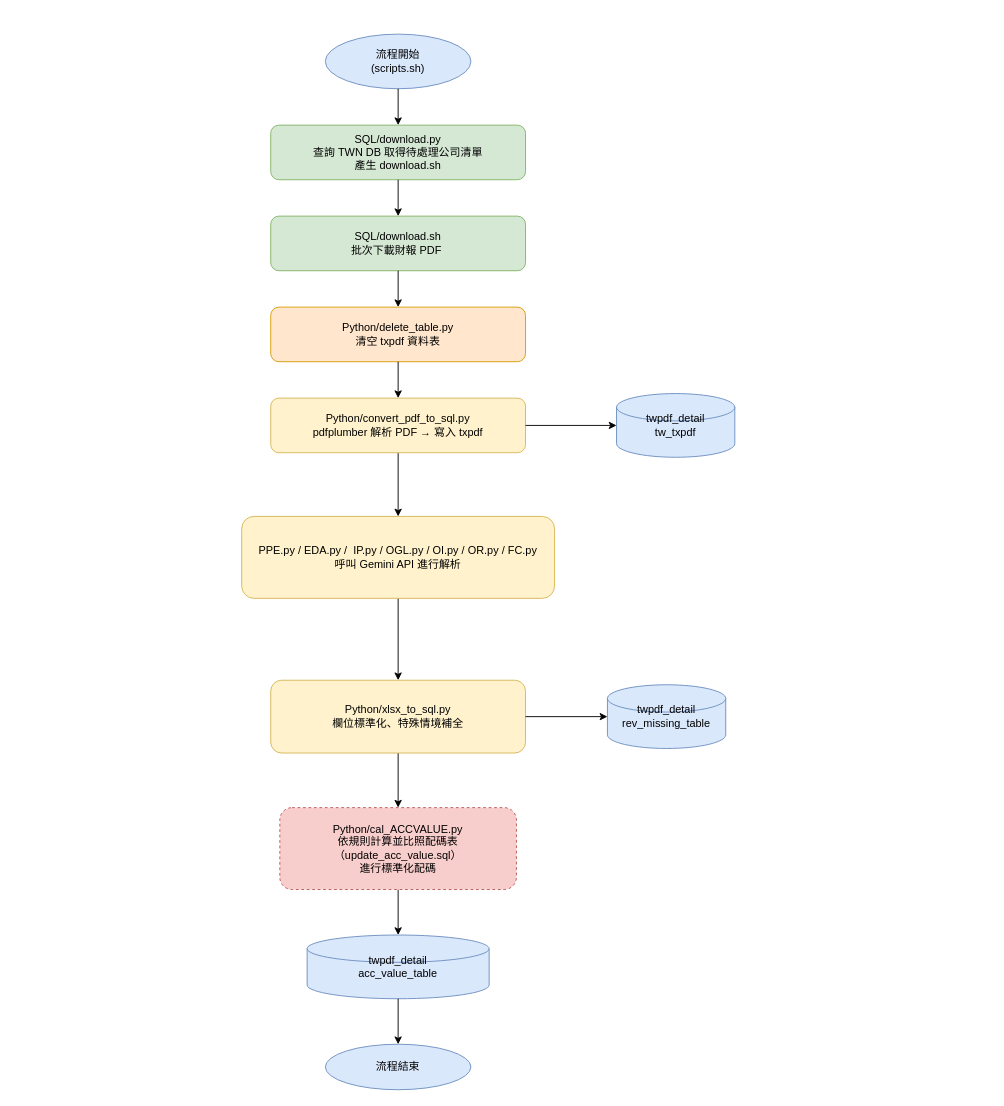
This is TW附註.drawio from Llamawne05/item, a draw.io file, before an edit. Source tidied: cells renumbered, new cells numbered last; positions are measured from the earlier drawing's top-left corner, leaving out a move shared by most shapes. Both pictures are drawn from the tidied source at 91%, with x=0, y=0 at pixel (241, 34).
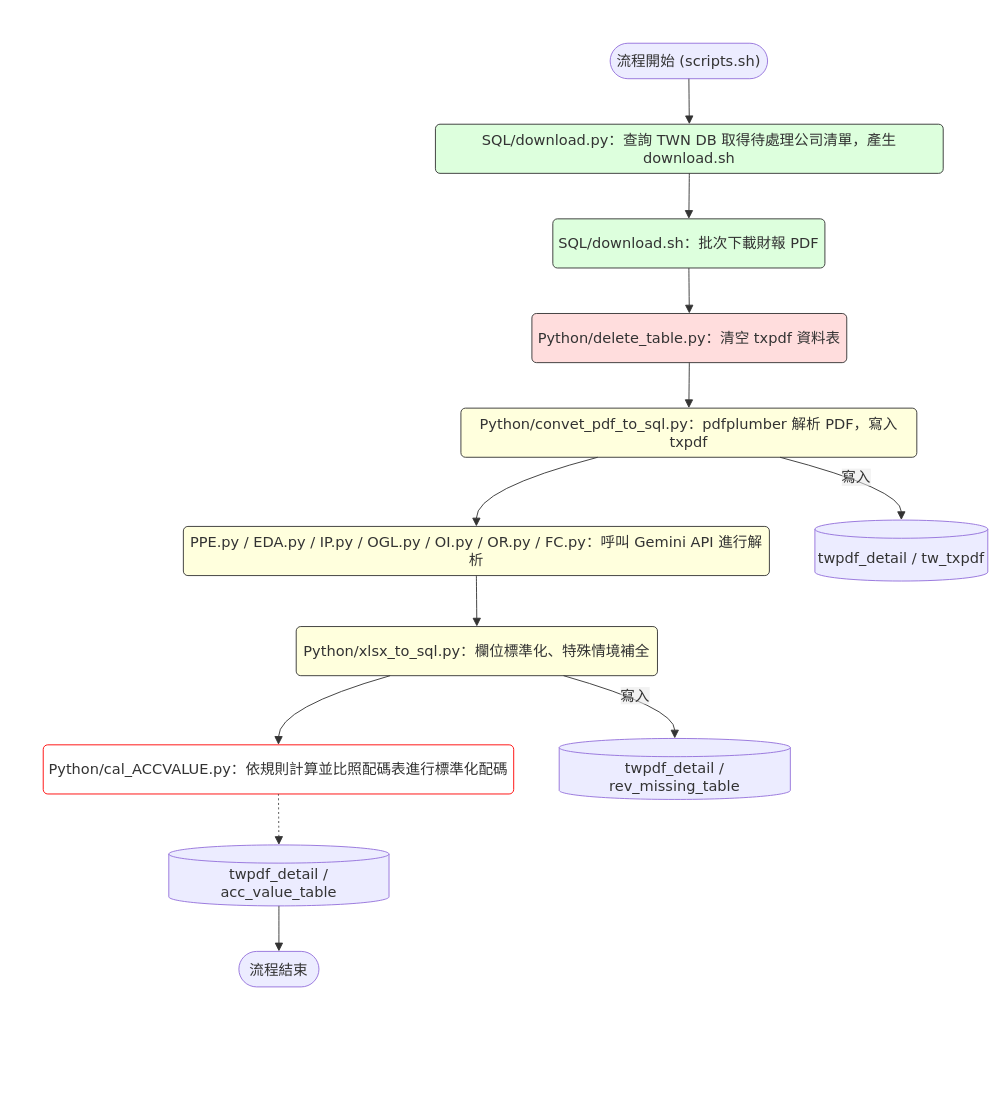
Above is the later version.

Commit message:
已添加 TW附註.drawio

The edit, as a diff of the source:
```diff
@@
+    <mxCell id="25" style="group;transparentBounds=1;editIcon=1;lockedGroup=0;groupPadding=10;" parent="1" vertex="1">
+      <mxGeometry x="-248" y="-20" as="geometry" />
+    </mxCell>
-    <mxCell id="2" value="流程開始&lt;br&gt;(scripts.sh)" style="ellipse;whiteSpace=wrap;html=1;fillColor=#dae8fc;strokeColor=#6c8ebf;" parent="1" vertex="1">
-      <mxGeometry x="92" width="160" height="60" as="geometry" />
+    <mxCell id="2" value="流程開始 (scripts.sh)" style="html=1;rounded=1;whiteSpace=wrap;arcSize=50;strokeWidth=1;fillColor=light-dark(#ECECFF,#1f2020);strokeColor=light-dark(#9370DB,#cccccc);fontColor=light-dark(#333333,#cccccc);fontFamily=Trebuchet MS,Verdana,Arial,sans-serif;fontSize=16;" parent="25" vertex="1">
+      <mxGeometry x="653" y="30" width="173" height="39" as="geometry" />
     </mxCell>
-    <mxCell id="3" value="SQL/download.py&lt;br&gt;查詢 TWN DB 取得待處理公司清單&lt;br&gt;產生 download.sh" style="rounded=1;whiteSpace=wrap;html=1;fillColor=#d5e8d4;strokeColor=#82b366;html=1;" parent="1" vertex="1">
-      <mxGeometry x="32" y="100" width="280" height="60" as="geometry" />
-    </mxCell>
-    <mxCell id="4" value="SQL/download.sh&lt;br&gt;批次下載財報 PDF&amp;nbsp;" style="rounded=1;whiteSpace=wrap;html=1;fillColor=#d5e8d4;strokeColor=#82b366;html=1;" parent="1" vertex="1">
-      <mxGeometry x="32" y="200" width="280" height="60" as="geometry" />
-    </mxCell>
-    <mxCell id="5" value="Python/delete_table.py&lt;br&gt;清空 txpdf 資料表" style="rounded=1;whiteSpace=wrap;html=1;fillColor=#ffe6cc;strokeColor=#d79b00;html=1;" parent="1" vertex="1">
-      <mxGeometry x="32" y="300" width="280" height="60" as="geometry" />
-    </mxCell>
-    <mxCell id="6" style="edgeStyle=orthogonalEdgeStyle;rounded=0;jettySize=auto;html=1;exitX=0.5;exitY=1;exitDx=0;exitDy=0;entryX=0.5;entryY=0;entryDx=0;entryDy=0;" parent="1" edge="1" source="7" target="9">
-      <mxGeometry relative="1" as="geometry" />
-    </mxCell>
-    <mxCell id="7" value="Python/convert_pdf_to_sql.py&lt;br&gt;pdfplumber 解析 PDF&amp;nbsp;→ 寫入 txpdf" style="rounded=1;whiteSpace=wrap;html=1;fillColor=#fff2cc;strokeColor=#d6b656;html=1;" parent="1" vertex="1">
-      <mxGeometry x="32" y="400" width="280" height="60" as="geometry" />
-    </mxCell>
-    <mxCell id="8" style="edgeStyle=orthogonalEdgeStyle;rounded=0;jettySize=auto;html=1;exitX=0.5;exitY=1;exitDx=0;exitDy=0;entryX=0.5;entryY=0;entryDx=0;entryDy=0;" parent="1" edge="1" source="9" target="11">
-      <mxGeometry relative="1" as="geometry" />
-    </mxCell>
-    <mxCell id="9" value="&lt;div&gt;&lt;br&gt;&lt;/div&gt;PPE.py / EDA.py /&amp;nbsp; IP.py / OGL.py / OI.py / OR.py / FC.py&lt;br&gt;呼叫 Gemini API 進行解析&lt;br&gt;&lt;div&gt;&lt;br&gt;&lt;/div&gt;" style="rounded=1;whiteSpace=wrap;html=1;fillColor=#fff2cc;strokeColor=#d6b656;html=1;" parent="1" vertex="1">
-      <mxGeometry x="0.1" y="530" width="343.8" height="90" as="geometry" />
-    </mxCell>
-    <mxCell id="10" style="edgeStyle=orthogonalEdgeStyle;rounded=0;jettySize=auto;html=1;exitX=0.5;exitY=1;exitDx=0;exitDy=0;entryX=0.5;entryY=0;entryDx=0;entryDy=0;" parent="1" edge="1" source="11" target="13">
-      <mxGeometry relative="1" as="geometry" />
-    </mxCell>
-    <mxCell id="11" value="Python/xlsx_to_sql.py&lt;br&gt;欄位標準化、特殊情境補全" style="rounded=1;whiteSpace=wrap;html=1;fillColor=#fff2cc;strokeColor=#d6b656;html=1;" parent="1" vertex="1">
-      <mxGeometry x="32" y="710" width="280" height="80" as="geometry" />
-    </mxCell>
-    <mxCell id="12" style="edgeStyle=orthogonalEdgeStyle;rounded=0;jettySize=auto;html=1;exitX=0.5;exitY=1;exitDx=0;exitDy=0;" parent="1" edge="1" source="13" target="14">
-      <mxGeometry relative="1" as="geometry" />
-    </mxCell>
-    <mxCell id="13" value="Python/cal_ACCVALUE.py&lt;br&gt;依規則計算並比照配碼表（update_acc_value.sql）&lt;br&gt;進行標準化配碼" style="rounded=1;dashed=1;whiteSpace=wrap;html=1;fillColor=#f8cecc;strokeColor=#b85450;html=1;" parent="1" vertex="1">
-      <mxGeometry x="42" y="850" width="260" height="90" as="geometry" />
-    </mxCell>
-    <mxCell id="14" value="twpdf_detail&lt;br&gt;acc_value_table" style="shape=cylinder3;whiteSpace=wrap;html=1;fillColor=#dae8fc;strokeColor=#6c8ebf;html=1;" parent="1" vertex="1">
-      <mxGeometry x="72" y="990" width="200" height="70" as="geometry" />
-    </mxCell>
+    <mxCell id="26" value="SQL/download.py：查詢 TWN DB 取得待處理公司清單，產生 download.sh" style="rounded=1;absoluteArcSize=1;arcSize=10;html=1;whiteSpace=wrap;strokeWidth=1;fillColor=#dfd;strokeColor=#333;fontColor=light-dark(#333333,#cccccc);fontFamily=Trebuchet MS,Verdana,Arial,sans-serif;fontSize=16;" parent="25" vertex="1">
+      <mxGeometry x="461" y="119" width="558" height="54" as="geometry" />
+    </mxCell>
+    <mxCell id="27" value="SQL/download.sh：批次下載財報 PDF" style="rounded=1;absoluteArcSize=1;arcSize=10;html=1;whiteSpace=wrap;strokeWidth=1;fillColor=#dfd;strokeColor=#333;fontColor=light-dark(#333333,#cccccc);fontFamily=Trebuchet MS,Verdana,Arial,sans-serif;fontSize=16;" parent="25" vertex="1">
+      <mxGeometry x="590" y="223" width="299" height="54" as="geometry" />
+    </mxCell>
+    <mxCell id="28" value="Python/delete_table.py：清空 txpdf 資料表" style="rounded=1;absoluteArcSize=1;arcSize=10;html=1;whiteSpace=wrap;strokeWidth=1;fillColor=#fdd;strokeColor=#333;fontColor=light-dark(#333333,#cccccc);fontFamily=Trebuchet MS,Verdana,Arial,sans-serif;fontSize=16;" parent="25" vertex="1">
+      <mxGeometry x="567" y="327" width="346" height="54" as="geometry" />
+    </mxCell>
+    <mxCell id="29" value="Python/convet_pdf_to_sql.py：pdfplumber 解析 PDF，寫入 txpdf" style="rounded=1;absoluteArcSize=1;arcSize=10;html=1;whiteSpace=wrap;strokeWidth=1;fillColor=#ffd;strokeColor=#333;fontColor=light-dark(#333333,#cccccc);fontFamily=Trebuchet MS,Verdana,Arial,sans-serif;fontSize=16;" parent="25" vertex="1">
+      <mxGeometry x="489" y="431" width="501" height="54" as="geometry" />
+    </mxCell>
+    <mxCell id="30" value="PPE.py / EDA.py / IP.py / OGL.py / OI.py / OR.py / FC.py：呼叫 Gemini API 進行解析" style="rounded=1;absoluteArcSize=1;arcSize=10;html=1;whiteSpace=wrap;strokeWidth=1;fillColor=#ffd;strokeColor=#333;fontColor=light-dark(#333333,#cccccc);fontFamily=Trebuchet MS,Verdana,Arial,sans-serif;fontSize=16;" parent="25" vertex="1">
+      <mxGeometry x="184" y="561" width="644" height="54" as="geometry" />
+    </mxCell>
+    <mxCell id="31" value="Python/xlsx_to_sql.py：欄位標準化、特殊情境補全" style="rounded=1;absoluteArcSize=1;arcSize=10;html=1;whiteSpace=wrap;strokeWidth=1;fillColor=#ffd;strokeColor=#333;fontColor=light-dark(#333333,#cccccc);fontFamily=Trebuchet MS,Verdana,Arial,sans-serif;fontSize=16;" parent="25" vertex="1">
+      <mxGeometry x="308" y="671" width="397" height="54" as="geometry" />
+    </mxCell>
+    <mxCell id="32" value="Python/cal_ACCVALUE.py：依規則計算並比照配碼表進行標準化配碼" style="rounded=1;absoluteArcSize=1;arcSize=10;html=1;whiteSpace=wrap;strokeWidth=1;fillColor=default;strokeColor=#f00;fontColor=light-dark(#333333,#cccccc);fontFamily=Trebuchet MS,Verdana,Arial,sans-serif;fontSize=16;dashed=1;dashPattern=5 5text-align:center;fixDash=1;" parent="25" vertex="1">
+      <mxGeometry x="30" y="801" width="517" height="54" as="geometry" />
+    </mxCell>
+    <mxCell id="33" value="twpdf_detail / acc_value_table" style="html=1;shape=cylinder3;boundedLbl=1;backgroundOutline=1;size=10;strokeWidth=1;whiteSpace=wrap;fillColor=light-dark(#ECECFF,#1f2020);strokeColor=light-dark(#9370DB,#cccccc);fontColor=light-dark(#333333,#cccccc);fontFamily=Trebuchet MS,Verdana,Arial,sans-serif;fontSize=16;" parent="25" vertex="1">
+      <mxGeometry x="168" y="911" width="242" height="67" as="geometry" />
+    </mxCell>
-    <mxCell id="15" value="流程結束" style="ellipse;whiteSpace=wrap;html=1;fillColor=#dae8fc;strokeColor=#6c8ebf;html=1;" parent="1" vertex="1">
-      <mxGeometry x="92" y="1110" width="160" height="50" as="geometry" />
+    <mxCell id="15" value="流程結束" style="html=1;rounded=1;whiteSpace=wrap;arcSize=50;strokeWidth=1;fillColor=light-dark(#ECECFF,#1f2020);strokeColor=light-dark(#9370DB,#cccccc);fontColor=light-dark(#333333,#cccccc);fontFamily=Trebuchet MS,Verdana,Arial,sans-serif;fontSize=16;" parent="25" vertex="1">
+      <mxGeometry x="245" y="1028" width="88" height="39" as="geometry" />
     </mxCell>
-    <mxCell id="16" style="edgeStyle=orthogonalEdgeStyle;rounded=1;html=1;" parent="1" edge="1" source="2" target="3">
-      <mxGeometry relative="1" as="geometry" />
-    </mxCell>
-    <mxCell id="17" style="edgeStyle=orthogonalEdgeStyle;rounded=1;html=1;" parent="1" edge="1" source="3" target="4">
-      <mxGeometry relative="1" as="geometry" />
-    </mxCell>
-    <mxCell id="18" style="edgeStyle=orthogonalEdgeStyle;rounded=1;html=1;" parent="1" edge="1" source="4" target="5">
-      <mxGeometry relative="1" as="geometry" />
-    </mxCell>
-    <mxCell id="19" style="edgeStyle=orthogonalEdgeStyle;rounded=1;html=1;" parent="1" edge="1" source="5" target="7">
-      <mxGeometry relative="1" as="geometry" />
-    </mxCell>
-    <mxCell id="20" style="edgeStyle=orthogonalEdgeStyle;rounded=1;html=1;" parent="1" edge="1" source="14" target="15">
-      <mxGeometry relative="1" as="geometry" />
-    </mxCell>
-    <mxCell id="21" value="twpdf_detail&lt;br&gt;tw_txpdf" style="shape=cylinder3;whiteSpace=wrap;html=1;fillColor=#dae8fc;strokeColor=#6c8ebf;html=1;" parent="1" vertex="1">
-      <mxGeometry x="412" y="395" width="130" height="70" as="geometry" />
-    </mxCell>
-    <mxCell id="22" style="edgeStyle=orthogonalEdgeStyle;rounded=0;jettySize=auto;html=1;exitX=1;exitY=0.5;exitDx=0;exitDy=0;entryX=0;entryY=0.5;entryDx=0;entryDy=0;entryPerimeter=0;" parent="1" edge="1" source="7" target="21">
-      <mxGeometry relative="1" as="geometry" />
-    </mxCell>
-    <mxCell id="23" value="twpdf_detail&lt;br&gt;rev_missing_table" style="shape=cylinder3;whiteSpace=wrap;html=1;fillColor=#dae8fc;strokeColor=#6c8ebf;html=1;" parent="1" vertex="1">
-      <mxGeometry x="402" y="715" width="130" height="70" as="geometry" />
-    </mxCell>
-    <mxCell id="24" style="edgeStyle=orthogonalEdgeStyle;rounded=0;jettySize=auto;html=1;exitX=1;exitY=0.5;exitDx=0;exitDy=0;entryX=0;entryY=0.5;entryDx=0;entryDy=0;entryPerimeter=0;" parent="1" edge="1" source="11" target="23">
-      <mxGeometry relative="1" as="geometry" />
-    </mxCell>
+    <mxCell id="34" value="twpdf_detail / tw_txpdf" style="html=1;shape=cylinder3;boundedLbl=1;backgroundOutline=1;size=10;strokeWidth=1;whiteSpace=wrap;fillColor=light-dark(#ECECFF,#1f2020);strokeColor=light-dark(#9370DB,#cccccc);fontColor=light-dark(#333333,#cccccc);fontFamily=Trebuchet MS,Verdana,Arial,sans-serif;fontSize=16;" parent="25" vertex="1">
+      <mxGeometry x="878" y="554" width="190" height="67" as="geometry" />
+    </mxCell>
+    <mxCell id="35" value="twpdf_detail / rev_missing_table" style="html=1;shape=cylinder3;boundedLbl=1;backgroundOutline=1;size=10;strokeWidth=1;whiteSpace=wrap;fillColor=light-dark(#ECECFF,#1f2020);strokeColor=light-dark(#9370DB,#cccccc);fontColor=light-dark(#333333,#cccccc);fontFamily=Trebuchet MS,Verdana,Arial,sans-serif;fontSize=16;" parent="25" vertex="1">
+      <mxGeometry x="597" y="794" width="254" height="67" as="geometry" />
+    </mxCell>
+    <mxCell id="36" style="curved=1;startArrow=none;endArrow=block;endSize=7;strokeColor=light-dark(#333333,#cccccc);exitX=0.5;exitY=1;entryX=0.5;entryY=0;rounded=0;" parent="25" edge="1" source="2" target="26">
+      <mxGeometry relative="1" as="geometry" />
+    </mxCell>
+    <mxCell id="37" style="curved=1;startArrow=none;endArrow=block;endSize=7;strokeColor=light-dark(#333333,#cccccc);exitX=0.5;exitY=1;entryX=0.5;entryY=0;rounded=0;" parent="25" edge="1" source="26" target="27">
+      <mxGeometry relative="1" as="geometry" />
+    </mxCell>
+    <mxCell id="38" style="curved=1;startArrow=none;endArrow=block;endSize=7;strokeColor=light-dark(#333333,#cccccc);exitX=0.5;exitY=1;entryX=0.5;entryY=0;rounded=0;" parent="25" edge="1" source="27" target="28">
+      <mxGeometry relative="1" as="geometry" />
+    </mxCell>
+    <mxCell id="39" style="curved=1;startArrow=none;endArrow=block;endSize=7;strokeColor=light-dark(#333333,#cccccc);exitX=0.5;exitY=1;entryX=0.5;entryY=0;rounded=0;" parent="25" edge="1" source="28" target="29">
+      <mxGeometry relative="1" as="geometry" />
+    </mxCell>
+    <mxCell id="40" style="curved=1;startArrow=none;endArrow=block;endSize=7;strokeColor=light-dark(#333333,#cccccc);exitX=0.3;exitY=1;entryX=0.5;entryY=0;rounded=0;" parent="25" edge="1" source="29" target="30">
+      <mxGeometry relative="1" as="geometry">
+        <Array as="points">
+          <mxPoint x="506" y="520" />
+        </Array>
+      </mxGeometry>
+    </mxCell>
+    <mxCell id="41" style="curved=1;startArrow=none;endArrow=block;endSize=7;strokeColor=light-dark(#333333,#cccccc);exitX=0.5;exitY=1;entryX=0.5;entryY=0;rounded=0;" parent="25" edge="1" source="30" target="31">
+      <mxGeometry relative="1" as="geometry" />
+    </mxCell>
+    <mxCell id="42" style="curved=1;startArrow=none;endArrow=block;endSize=7;strokeColor=light-dark(#333333,#cccccc);exitX=0.26;exitY=1;entryX=0.5;entryY=0;rounded=0;" parent="25" edge="1" source="31" target="32">
+      <mxGeometry relative="1" as="geometry">
+        <Array as="points">
+          <mxPoint x="289" y="760" />
+        </Array>
+      </mxGeometry>
+    </mxCell>
+    <mxCell id="43" style="curved=1;dashed=1;dashPattern=2 3;fixDash=1;startArrow=none;endArrow=block;endSize=7;strokeColor=light-dark(#333333,#cccccc);exitX=0.5;exitY=1;entryX=0.5;entryY=0;rounded=0;" parent="25" edge="1" source="32" target="33">
+      <mxGeometry relative="1" as="geometry" />
+    </mxCell>
+    <mxCell id="44" style="curved=1;startArrow=none;endArrow=block;endSize=7;strokeColor=light-dark(#333333,#cccccc);exitX=0.5;exitY=1;entryX=0.5;entryY=0;rounded=0;" parent="25" edge="1" source="33" target="15">
+      <mxGeometry relative="1" as="geometry" />
+    </mxCell>
+    <mxCell id="45" value="寫入" style="curved=1;startArrow=none;endArrow=block;endSize=7;strokeColor=light-dark(#333333,#cccccc);html=1;fontSize=16;labelBackgroundColor=light-dark(#E8E8E88D,#2a2a2a8D);fontFamily=Trebuchet MS,Verdana,Arial,sans-serif;fontColor=light-dark(#333333,#cccccc);exitX=0.7;exitY=1;entryX=0.5;entryY=0;rounded=0;" parent="25" edge="1" source="29" target="34">
+      <mxGeometry relative="1" as="geometry">
+        <Array as="points">
+          <mxPoint x="973" y="520" />
+        </Array>
+      </mxGeometry>
+    </mxCell>
+    <mxCell id="46" value="寫入" style="curved=1;startArrow=none;endArrow=block;endSize=7;strokeColor=light-dark(#333333,#cccccc);html=1;fontSize=16;labelBackgroundColor=light-dark(#E8E8E88D,#2a2a2a8D);fontFamily=Trebuchet MS,Verdana,Arial,sans-serif;fontColor=light-dark(#333333,#cccccc);exitX=0.74;exitY=1;entryX=0.5;entryY=0;rounded=0;" parent="25" edge="1" source="31" target="35">
+      <mxGeometry relative="1" as="geometry">
+        <Array as="points">
+          <mxPoint x="724" y="760" />
+        </Array>
+      </mxGeometry>
+    </mxCell>
```
